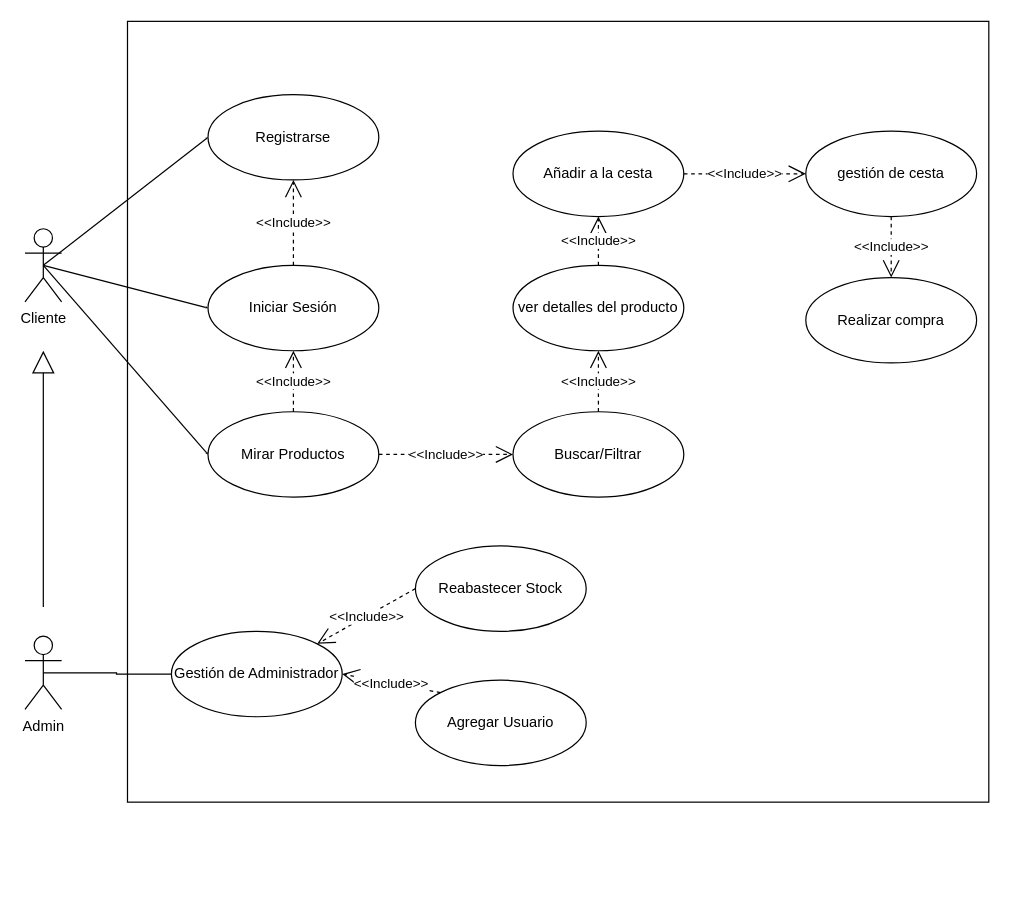
The draw.io diagram entornos/CasosDeUso.drawio in AlfonsoGallardoFlorida/DeffinePI, before the edit. Source tidied: cells renumbered, new cells numbered last; positions are measured from the earlier drawing's top-left corner, leaving out a move shared by most shapes. Both pictures are drawn from the tidied source at 122%, with x=0, y=0 at pixel (24, 21).
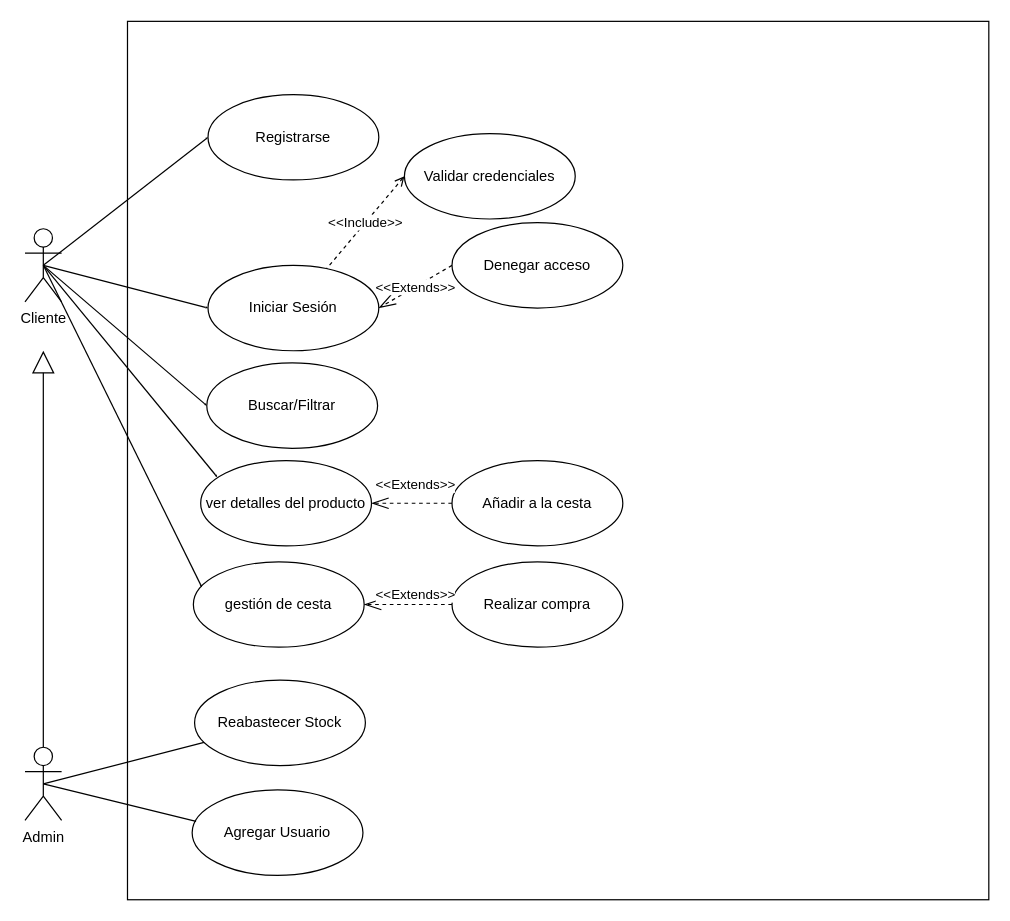
The same page after the edit.

Commit message:
Cambios al UML de casos de uso

Unchanged cells that the change refers to:
```xml
<mxCell id="3" value="Cliente&lt;br&gt;" style="shape=umlActor;verticalLabelPosition=bottom;verticalAlign=top;html=1;outlineConnect=0;" parent="1" vertex="1">
  <mxGeometry y="170" width="30" height="60" as="geometry" />
</mxCell>
<mxCell id="11" value="Registrarse" style="ellipse;whiteSpace=wrap;html=1;" parent="1" vertex="1">
  <mxGeometry x="150" y="60" width="140" height="70" as="geometry" />
</mxCell>
<mxCell id="12" value="Iniciar Sesión" style="ellipse;whiteSpace=wrap;html=1;" parent="1" vertex="1">
  <mxGeometry x="150" y="200" width="140" height="70" as="geometry" />
</mxCell>
```

Diff of the diagram source:
```diff
@@
     <mxCell id="2" style="rounded=0;whiteSpace=wrap;html=1;" parent="1" vertex="1">
-      <mxGeometry x="84" width="706" height="640" as="geometry" />
+      <mxGeometry x="84" width="706" height="720" as="geometry" />
     </mxCell>
@@
     <mxCell id="4" value="Admin&lt;br&gt;" style="shape=umlActor;verticalLabelPosition=bottom;verticalAlign=top;html=1;outlineConnect=0;" parent="1" vertex="1">
-      <mxGeometry y="504" width="30" height="60" as="geometry" />
+      <mxGeometry y="595" width="30" height="60" as="geometry" />
     </mxCell>
-    <mxCell id="5" style="endArrow=block;endSize=16;endFill=0;html=1;rounded=0;" parent="1" edge="1">
+    <mxCell id="5" style="endArrow=block;endSize=16;endFill=0;html=1;rounded=0;exitX=0.5;exitY=0;exitDx=0;exitDy=0;exitPerimeter=0;" parent="1" edge="1" source="4">
       <mxGeometry relative="1" as="geometry">
-        <mxPoint x="15" y="480" as="sourcePoint" />
         <mxPoint x="15" y="270" as="targetPoint" />
       </mxGeometry>
     </mxCell>
-    <mxCell id="6" value="Gestión de Administrador" style="ellipse;whiteSpace=wrap;html=1;" parent="1" vertex="1">
-      <mxGeometry x="120" y="500" width="140" height="70" as="geometry" />
-    </mxCell>
     <mxCell id="7" value="Agregar Usuario" style="ellipse;whiteSpace=wrap;html=1;" parent="1" vertex="1">
-      <mxGeometry x="320" y="540" width="140" height="70" as="geometry" />
+      <mxGeometry x="137" y="630" width="140" height="70" as="geometry" />
     </mxCell>
     <mxCell id="8" value="Reabastecer Stock" style="ellipse;whiteSpace=wrap;html=1;" parent="1" vertex="1">
-      <mxGeometry x="320" y="430" width="140" height="70" as="geometry" />
+      <mxGeometry x="139" y="540" width="140" height="70" as="geometry" />
     </mxCell>
-    <mxCell id="9" style="endArrow=none;html=1;edgeStyle=orthogonalEdgeStyle;rounded=0;exitX=0.5;exitY=0.5;exitDx=0;exitDy=0;exitPerimeter=0;entryX=0;entryY=0.5;entryDx=0;entryDy=0;" parent="1" edge="1" source="4" target="6">
+    <mxCell id="9" style="endArrow=none;html=1;rounded=0;exitX=0.5;exitY=0.5;exitDx=0;exitDy=0;exitPerimeter=0;" parent="1" edge="1" source="4" target="8">
       <mxGeometry relative="1" as="geometry" />
     </mxCell>
-    <mxCell id="10" value="Mirar Productos" style="ellipse;whiteSpace=wrap;html=1;" parent="1" vertex="1">
-      <mxGeometry x="150" y="320" width="140" height="70" as="geometry" />
-    </mxCell>
@@
-    <mxCell id="13" value="&amp;lt;&amp;lt;Include&amp;gt;&amp;gt;" style="endArrow=open;endSize=12;dashed=1;html=1;rounded=0;exitX=0;exitY=0.5;exitDx=0;exitDy=0;entryX=1;entryY=0;entryDx=0;entryDy=0;" parent="1" edge="1" source="8" target="6">
-      <mxGeometry relative="1" as="geometry" />
-    </mxCell>
-    <mxCell id="14" value="&amp;lt;&amp;lt;Include&amp;gt;&amp;gt;" style="endArrow=open;endSize=12;dashed=1;html=1;rounded=0;exitX=0;exitY=0;exitDx=0;exitDy=0;entryX=1;entryY=0.5;entryDx=0;entryDy=0;" parent="1" edge="1" source="7" target="6">
-      <mxGeometry relative="1" as="geometry" />
-    </mxCell>
@@
-    <mxCell id="17" value="&amp;lt;&amp;lt;Include&amp;gt;&amp;gt;" style="endArrow=open;endSize=12;dashed=1;html=1;rounded=0;exitX=0.5;exitY=0;exitDx=0;exitDy=0;entryX=0.5;entryY=1;entryDx=0;entryDy=0;" parent="1" edge="1" source="12" target="11">
-      <mxGeometry relative="1" as="geometry" />
-    </mxCell>
-    <mxCell id="18" style="endArrow=open;endFill=1;endSize=0;html=1;rounded=0;entryX=0;entryY=0.5;entryDx=0;entryDy=0;exitX=0.5;exitY=0.5;exitDx=0;exitDy=0;exitPerimeter=0;" parent="1" edge="1" source="3" target="10">
-      <mxGeometry relative="1" as="geometry" />
-    </mxCell>
-    <mxCell id="19" value="&amp;lt;&amp;lt;Include&amp;gt;&amp;gt;" style="endArrow=open;endSize=12;dashed=1;html=1;rounded=0;exitX=0.5;exitY=0;exitDx=0;exitDy=0;entryX=0.5;entryY=1;entryDx=0;entryDy=0;" parent="1" edge="1" source="10" target="12">
-      <mxGeometry relative="1" as="geometry" />
-    </mxCell>
     <mxCell id="20" value="Buscar/Filtrar" style="ellipse;whiteSpace=wrap;html=1;" parent="1" vertex="1">
-      <mxGeometry x="400" y="320" width="140" height="70" as="geometry" />
+      <mxGeometry x="149" y="280" width="140" height="70" as="geometry" />
     </mxCell>
-    <mxCell id="21" value="&amp;lt;&amp;lt;Include&amp;gt;&amp;gt;" style="endArrow=open;endSize=12;dashed=1;html=1;rounded=0;exitX=1;exitY=0.5;exitDx=0;exitDy=0;entryX=0;entryY=0.5;entryDx=0;entryDy=0;" parent="1" edge="1" source="10" target="20">
-      <mxGeometry relative="1" as="geometry" />
-    </mxCell>
     <mxCell id="22" value="ver detalles del producto" style="ellipse;whiteSpace=wrap;html=1;" parent="1" vertex="1">
-      <mxGeometry x="400" y="200" width="140" height="70" as="geometry" />
+      <mxGeometry x="144" y="360" width="140" height="70" as="geometry" />
     </mxCell>
     <mxCell id="23" value="Añadir a la cesta" style="ellipse;whiteSpace=wrap;html=1;" parent="1" vertex="1">
-      <mxGeometry x="400" y="90" width="140" height="70" as="geometry" />
+      <mxGeometry x="350" y="360" width="140" height="70" as="geometry" />
     </mxCell>
     <mxCell id="24" value="gestión de cesta" style="ellipse;whiteSpace=wrap;html=1;" parent="1" vertex="1">
-      <mxGeometry x="640" y="90" width="140" height="70" as="geometry" />
+      <mxGeometry x="138" y="443" width="140" height="70" as="geometry" />
     </mxCell>
     <mxCell id="25" value="Realizar compra" style="ellipse;whiteSpace=wrap;html=1;" parent="1" vertex="1">
-      <mxGeometry x="640" y="210" width="140" height="70" as="geometry" />
+      <mxGeometry x="350" y="443" width="140" height="70" as="geometry" />
     </mxCell>
-    <mxCell id="26" value="&amp;lt;&amp;lt;Include&amp;gt;&amp;gt;" style="endArrow=open;endSize=12;dashed=1;html=1;rounded=0;exitX=0.5;exitY=0;exitDx=0;exitDy=0;entryX=0.5;entryY=1;entryDx=0;entryDy=0;" parent="1" edge="1" source="20" target="22">
-      <mxGeometry relative="1" as="geometry" />
-    </mxCell>
-    <mxCell id="27" value="&amp;lt;&amp;lt;Include&amp;gt;&amp;gt;" style="endArrow=open;endSize=12;dashed=1;html=1;rounded=0;entryX=0.5;entryY=1;entryDx=0;entryDy=0;" parent="1" edge="1" target="23">
-      <mxGeometry relative="1" as="geometry">
-        <mxPoint x="470" y="200" as="sourcePoint" />
-      </mxGeometry>
-    </mxCell>
-    <mxCell id="28" value="&amp;lt;&amp;lt;Include&amp;gt;&amp;gt;" style="endArrow=open;endSize=12;dashed=1;html=1;rounded=0;entryX=0;entryY=0.5;entryDx=0;entryDy=0;exitX=1;exitY=0.5;exitDx=0;exitDy=0;" parent="1" edge="1" source="23" target="24">
-      <mxGeometry relative="1" as="geometry" />
-    </mxCell>
-    <mxCell id="29" value="&amp;lt;&amp;lt;Include&amp;gt;&amp;gt;" style="endArrow=open;endSize=12;dashed=1;html=1;rounded=0;entryX=0.5;entryY=0;entryDx=0;entryDy=0;exitX=0.5;exitY=1;exitDx=0;exitDy=0;" parent="1" edge="1" source="24" target="25">
-      <mxGeometry relative="1" as="geometry" />
-    </mxCell>
+    <mxCell id="30" value="Denegar acceso" style="ellipse;whiteSpace=wrap;html=1;" parent="1" vertex="1">
+      <mxGeometry x="350" y="165" width="140" height="70" as="geometry" />
+    </mxCell>
+    <mxCell id="31" value="Validar credenciales" style="ellipse;whiteSpace=wrap;html=1;" parent="1" vertex="1">
+      <mxGeometry x="311" y="92" width="140" height="70" as="geometry" />
+    </mxCell>
+    <mxCell id="32" value="&amp;lt;&amp;lt;Include&amp;gt;&amp;gt;" style="endArrow=none;endSize=12;dashed=1;html=1;rounded=0;exitX=0;exitY=0.5;exitDx=0;exitDy=0;startArrow=open;startFill=0;endFill=0;" parent="1" edge="1" source="31" target="12">
+      <mxGeometry relative="1" as="geometry" />
+    </mxCell>
+    <mxCell id="33" value="&amp;lt;&amp;lt;Extends&amp;gt;&amp;gt;" style="endArrow=openThin;endSize=12;dashed=1;html=1;rounded=0;exitX=0;exitY=0.5;exitDx=0;exitDy=0;entryX=1;entryY=0.5;entryDx=0;entryDy=0;endFill=0;" parent="1" edge="1" source="30" target="12">
+      <mxGeometry relative="1" as="geometry" />
+    </mxCell>
+    <mxCell id="34" style="endArrow=none;html=1;rounded=0;exitX=0.5;exitY=0.5;exitDx=0;exitDy=0;exitPerimeter=0;entryX=0.023;entryY=0.369;entryDx=0;entryDy=0;entryPerimeter=0;" parent="1" edge="1" source="4" target="7">
+      <mxGeometry relative="1" as="geometry" />
+    </mxCell>
+    <mxCell id="35" style="endArrow=open;endFill=1;endSize=0;html=1;rounded=0;entryX=0;entryY=0.5;entryDx=0;entryDy=0;exitX=0.5;exitY=0.5;exitDx=0;exitDy=0;exitPerimeter=0;" parent="1" edge="1" source="3" target="20">
+      <mxGeometry relative="1" as="geometry" />
+    </mxCell>
+    <mxCell id="36" style="endArrow=open;endFill=1;endSize=0;html=1;rounded=0;entryX=0.097;entryY=0.194;entryDx=0;entryDy=0;exitX=0.5;exitY=0.5;exitDx=0;exitDy=0;exitPerimeter=0;entryPerimeter=0;" parent="1" edge="1" source="3" target="22">
+      <mxGeometry relative="1" as="geometry" />
+    </mxCell>
+    <mxCell id="37" style="endArrow=open;endFill=1;endSize=0;html=1;rounded=0;entryX=0.05;entryY=0.299;entryDx=0;entryDy=0;exitX=0.5;exitY=0.5;exitDx=0;exitDy=0;exitPerimeter=0;entryPerimeter=0;" parent="1" edge="1" source="3" target="24">
+      <mxGeometry relative="1" as="geometry" />
+    </mxCell>
+    <mxCell id="38" value="&amp;lt;&amp;lt;Extends&amp;gt;&amp;gt;" style="endArrow=openThin;endSize=12;dashed=1;html=1;rounded=0;exitX=0;exitY=0.5;exitDx=0;exitDy=0;entryX=1;entryY=0.5;entryDx=0;entryDy=0;endFill=0;" parent="1" edge="1" source="23" target="22">
+      <mxGeometry x="-0.09" y="-15" relative="1" as="geometry" />
+    </mxCell>
+    <mxCell id="39" value="&amp;lt;&amp;lt;Extends&amp;gt;&amp;gt;" style="endArrow=openThin;endSize=12;dashed=1;html=1;rounded=0;entryX=1;entryY=0.5;entryDx=0;entryDy=0;endFill=0;" parent="1" edge="1" source="25" target="24">
+      <mxGeometry x="-0.17" y="-8" relative="1" as="geometry" />
+    </mxCell>
```
